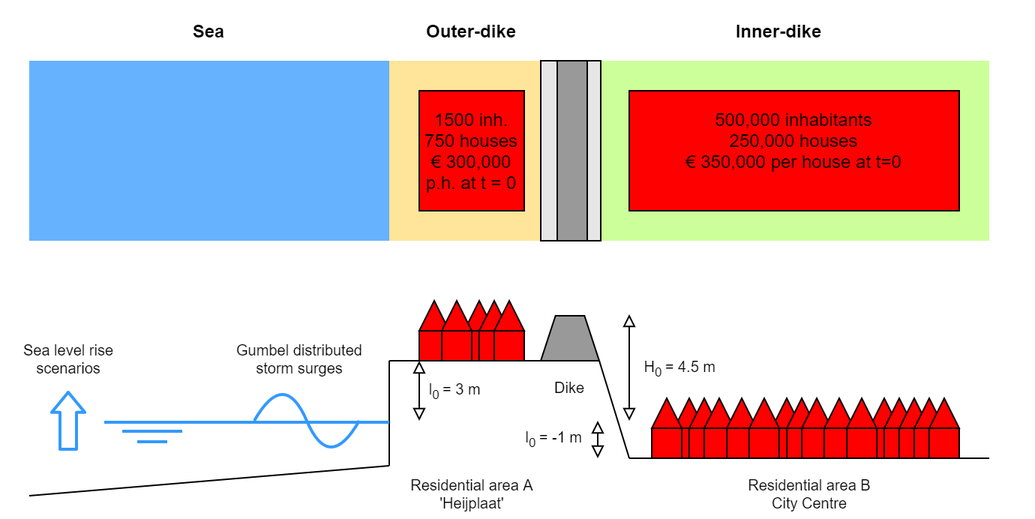
This is Drawings/Rotty.dio.png from keesvanginkel/Urban-SETP, a draw.io export, as it was before one commit. Source tidied: cells renumbered, new cells last; positions are measured from the earlier drawing's top-left corner, leaving out a move shared by most shapes.
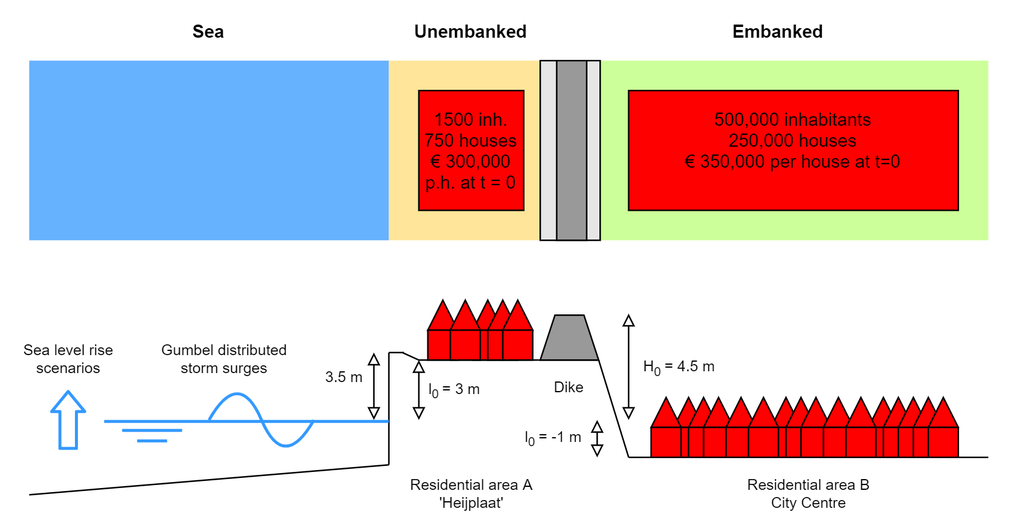
Above is the later version.

What changed in the source:
```diff
@@ -41,10 +41,10 @@
     <mxCell id="14" value="Sea" style="text;html=1;strokeColor=none;fillColor=none;align=center;verticalAlign=middle;whiteSpace=wrap;rounded=0;fontFamily=Helvetica;fontStyle=1;" parent="1" vertex="1">
       <mxGeometry x="119" y="10" width="40" height="20" as="geometry" />
     </mxCell>
-    <mxCell id="15" value="Outer-dike" style="text;html=1;strokeColor=none;fillColor=none;align=center;verticalAlign=middle;whiteSpace=wrap;rounded=0;fontFamily=Helvetica;fontStyle=1;" parent="1" vertex="1">
+    <mxCell id="15" value="Unembanked" style="text;html=1;strokeColor=none;fillColor=none;align=center;verticalAlign=middle;whiteSpace=wrap;rounded=0;fontFamily=Helvetica;fontStyle=1;" parent="1" vertex="1">
       <mxGeometry x="274" y="10" width="80" height="20" as="geometry" />
     </mxCell>
-    <mxCell id="16" value="Inner-dike" style="text;html=1;strokeColor=none;fillColor=none;align=center;verticalAlign=middle;whiteSpace=wrap;rounded=0;fontFamily=Helvetica;fontStyle=1;" parent="1" vertex="1">
+    <mxCell id="16" value="Embanked" style="text;html=1;strokeColor=none;fillColor=none;align=center;verticalAlign=middle;whiteSpace=wrap;rounded=0;fontFamily=Helvetica;fontStyle=1;" parent="1" vertex="1">
       <mxGeometry x="479" y="10" width="80" height="20" as="geometry" />
     </mxCell>
     <mxCell id="17" style="endArrow=none;html=1;fontFamily=Helvetica;" parent="1" edge="1">
@@ -55,13 +55,13 @@
     </mxCell>
     <mxCell id="18" style="endArrow=none;html=1;fontFamily=Helvetica;" parent="1" edge="1">
       <mxGeometry relative="1" as="geometry">
-        <mxPoint x="259" y="240" as="sourcePoint" />
+        <mxPoint x="259" y="235" as="sourcePoint" />
         <mxPoint x="259" y="310" as="targetPoint" />
       </mxGeometry>
     </mxCell>
     <mxCell id="19" style="endArrow=none;html=1;fontFamily=Helvetica;" parent="1" edge="1">
       <mxGeometry relative="1" as="geometry">
-        <mxPoint x="259" y="240" as="sourcePoint" />
+        <mxPoint x="279" y="240" as="sourcePoint" />
         <mxPoint x="359" y="240" as="targetPoint" />
       </mxGeometry>
     </mxCell>
@@ -81,7 +81,7 @@
       <mxGeometry x="279" y="180" width="50" height="70" as="geometry" />
     </mxCell>
     <mxCell id="23" style="group;" parent="22" vertex="1">
-      <mxGeometry y="20" width="20" height="40" as="geometry" />
+      <mxGeometry x="6" y="20" width="20" height="40" as="geometry" />
     </mxCell>
     <mxCell id="24" style="triangle;whiteSpace=wrap;html=1;labelBackgroundColor=none;strokeColor=#000000;fillColor=#FF0000;rotation=-90;" parent="23" vertex="1">
       <mxGeometry width="20" height="20" as="geometry" />
@@ -90,7 +90,7 @@
       <mxGeometry y="20" width="20" height="20" as="geometry" />
     </mxCell>
     <mxCell id="26" style="group;" parent="22" vertex="1">
-      <mxGeometry x="30" y="20" width="20" height="40" as="geometry" />
+      <mxGeometry x="36" y="20" width="20" height="40" as="geometry" />
     </mxCell>
     <mxCell id="27" style="triangle;whiteSpace=wrap;html=1;labelBackgroundColor=none;strokeColor=#000000;fillColor=#FF0000;rotation=-90;" parent="26" vertex="1">
       <mxGeometry width="20" height="20" as="geometry" />
@@ -99,7 +99,7 @@
       <mxGeometry y="20" width="20" height="20" as="geometry" />
     </mxCell>
     <mxCell id="29" style="group;" parent="1" vertex="1">
-      <mxGeometry x="294" y="200" width="20" height="40" as="geometry" />
+      <mxGeometry x="300" y="200" width="20" height="40" as="geometry" />
     </mxCell>
     <mxCell id="30" style="triangle;whiteSpace=wrap;html=1;labelBackgroundColor=none;strokeColor=#000000;fillColor=#FF0000;rotation=-90;" parent="29" vertex="1">
       <mxGeometry width="20" height="20" as="geometry" />
@@ -108,7 +108,7 @@
       <mxGeometry y="20" width="20" height="20" as="geometry" />
     </mxCell>
     <mxCell id="32" style="group;" parent="1" vertex="1">
-      <mxGeometry x="319" y="200" width="30" height="40" as="geometry" />
+      <mxGeometry x="325" y="200" width="30" height="40" as="geometry" />
     </mxCell>
     <mxCell id="33" style="triangle;whiteSpace=wrap;html=1;labelBackgroundColor=none;strokeColor=#000000;fillColor=#FF0000;rotation=-90;" parent="32" vertex="1">
       <mxGeometry width="20" height="20" as="geometry" />
@@ -277,11 +277,11 @@
     </mxCell>
     <mxCell id="87" style="curved=1;endArrow=none;html=1;strokeColor=#3399FF;endFill=0;strokeWidth=2;" parent="1" edge="1">
       <mxGeometry relative="1" as="geometry">
-        <mxPoint x="239" y="280" as="sourcePoint" />
-        <mxPoint x="169" y="280" as="targetPoint" />
+        <mxPoint x="209" y="280" as="sourcePoint" />
+        <mxPoint x="139" y="280" as="targetPoint" />
         <Array as="points">
-          <mxPoint x="219" y="315" />
-          <mxPoint x="189" y="245" />
+          <mxPoint x="189" y="315" />
+          <mxPoint x="159" y="245" />
         </Array>
       </mxGeometry>
     </mxCell>
@@ -307,7 +307,7 @@
       <mxGeometry y="225" width="90" height="30" as="geometry" />
     </mxCell>
     <mxCell id="92" value="Gumbel distributed&lt;div&gt;storm surges&lt;/div&gt;" style="text;html=1;align=center;verticalAlign=top;spacingTop=-4;fontSize=10;" parent="1" vertex="1">
-      <mxGeometry x="149" y="225" width="100" height="30" as="geometry" />
+      <mxGeometry x="99" y="225" width="100" height="30" as="geometry" />
     </mxCell>
     <mxCell id="93" value="Residential area A&lt;div&gt;'Heijplaat'&lt;/div&gt;" style="text;html=1;align=center;verticalAlign=top;spacingTop=-4;fontSize=10;" parent="1" vertex="1">
       <mxGeometry x="264" y="315" width="100" height="30" as="geometry" />
@@ -351,5 +351,26 @@
         <mxPoint x="359" y="240" as="targetPoint" />
       </mxGeometry>
     </mxCell>
+    <mxCell id="103" style="endArrow=block;startArrow=block;html=1;startFill=0;endFill=0;" parent="1" edge="1">
+      <mxGeometry relative="1" as="geometry">
+        <mxPoint x="249" y="280" as="sourcePoint" />
+        <mxPoint x="249" y="235" as="targetPoint" />
+      </mxGeometry>
+    </mxCell>
+    <mxCell id="104" value="3.5 m" style="text;html=1;align=center;verticalAlign=bottom;spacingTop=-4;fontSize=10;" parent="1" vertex="1">
+      <mxGeometry x="209" y="250" width="40" height="10" as="geometry" />
+    </mxCell>
+    <mxCell id="105" style="endArrow=none;html=1;" parent="1" edge="1">
+      <mxGeometry relative="1" as="geometry">
+        <mxPoint x="268" y="235" as="sourcePoint" />
+        <mxPoint x="279" y="240" as="targetPoint" />
+      </mxGeometry>
+    </mxCell>
+    <mxCell id="106" style="endArrow=none;html=1;" parent="1" edge="1">
+      <mxGeometry relative="1" as="geometry">
+        <mxPoint x="269" y="235" as="sourcePoint" />
+        <mxPoint x="259" y="235" as="targetPoint" />
+      </mxGeometry>
+    </mxCell>
   </root>
 </mxGraphModel>
```
